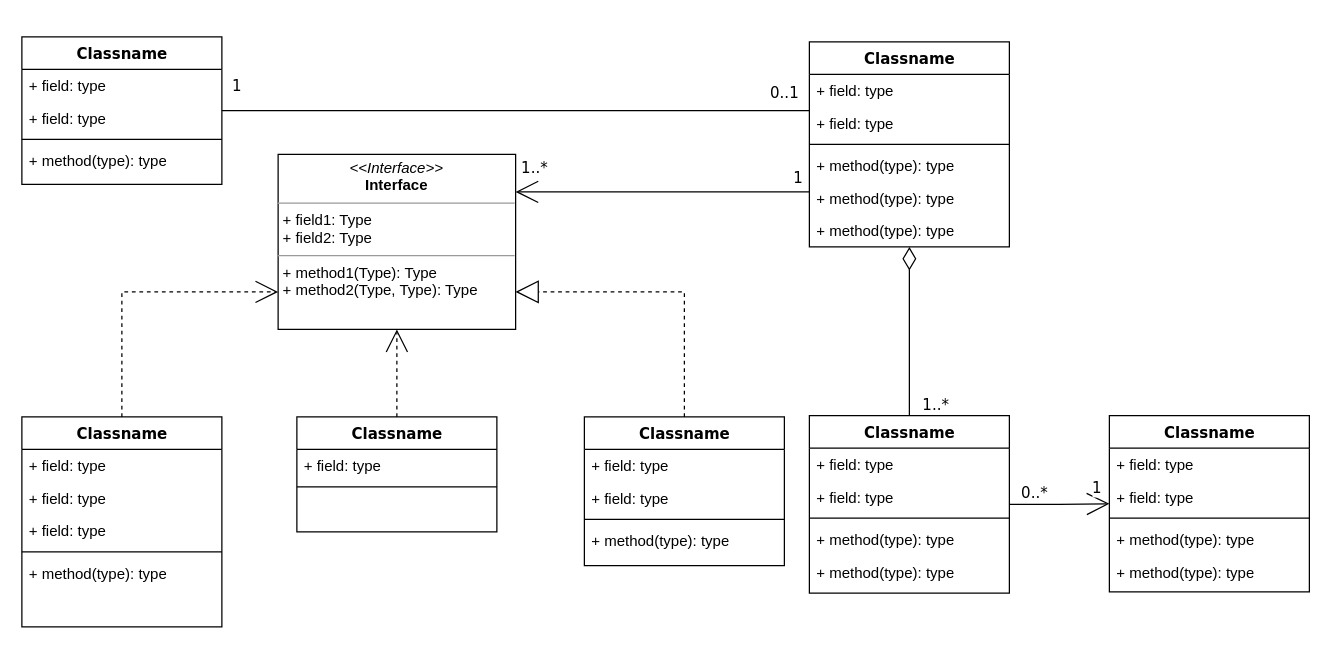
chouaibKr0/ProjetGL keeps this draw.io diagram as class.drawio. Above is the earlier version. Source tidied: cells renumbered, new cells numbered last; positions are measured from the earlier drawing's top-left corner, leaving out a move shared by most shapes. Both pictures are drawn from the tidied source at 125%, with x=0, y=0 at pixel (21, 36).
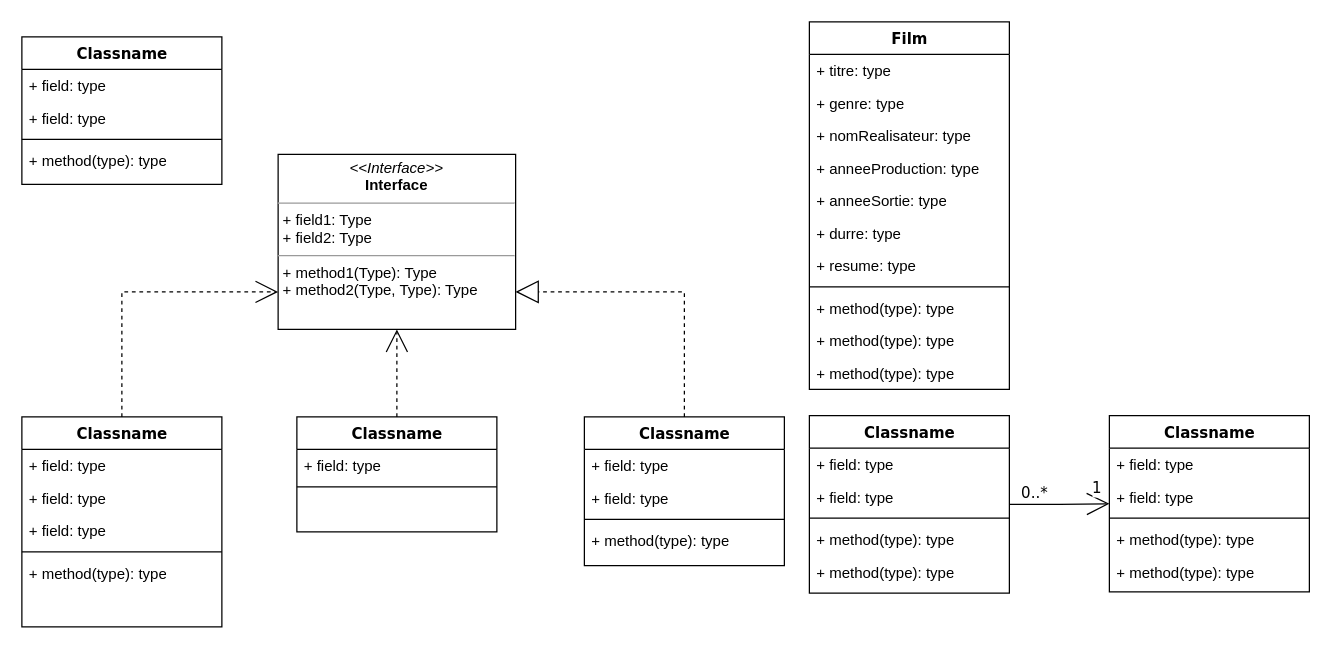
Above is the later version.

Commit message:
add film class

Unchanged cells that the change refers to:
```xml
<mxCell id="9" value="Classname" style="swimlane;html=1;fontStyle=1;align=center;verticalAlign=top;horizontal=1;startSize=26;swimlaneFillColor=#ffffff;rounded=0;shadow=0;comic=0;labelBackgroundColor=none;strokeWidth=1;fillColor=none;fontFamily=Verdana;fontSize=12;" parent="1" vertex="1">
  <mxGeometry width="160" height="118" as="geometry" />
</mxCell>
<mxCell id="36" value="Classname" style="swimlane;html=1;fontStyle=1;align=center;verticalAlign=top;horizontal=1;startSize=26;swimlaneFillColor=#ffffff;rounded=0;shadow=0;comic=0;labelBackgroundColor=none;strokeWidth=1;fillColor=none;fontFamily=Verdana;fontSize=12;" parent="1" vertex="1">
  <mxGeometry x="630" y="303" width="160" height="142" as="geometry" />
</mxCell>
<mxCell id="54" value="&lt;p style=&quot;margin:0px;margin-top:4px;text-align:center;&quot;&gt;&lt;i&gt;&amp;lt;&amp;lt;Interface&amp;gt;&amp;gt;&lt;/i&gt;&lt;br/&gt;&lt;b&gt;Interface&lt;/b&gt;&lt;/p&gt;&lt;hr size=&quot;1&quot;/&gt;&lt;p style=&quot;margin:0px;margin-left:4px;&quot;&gt;+ field1: Type&lt;br/&gt;+ field2: Type&lt;/p&gt;&lt;hr size=&quot;1&quot;/&gt;&lt;p style=&quot;margin:0px;margin-left:4px;&quot;&gt;+ method1(Type): Type&lt;br/&gt;+ method2(Type, Type): Type&lt;/p&gt;" style="verticalAlign=top;align=left;overflow=fill;fontSize=12;fontFamily=Helvetica;html=1;rounded=0;shadow=0;comic=0;labelBackgroundColor=none;strokeWidth=1;" parent="1" vertex="1">
  <mxGeometry x="205" y="94" width="190" height="140" as="geometry" />
</mxCell>
```

Change to the diagram source:
```diff
@@
-    <mxCell id="14" style="edgeStyle=orthogonalEdgeStyle;rounded=0;html=1;labelBackgroundColor=none;startArrow=none;startFill=0;startSize=8;endArrow=open;endFill=0;endSize=16;fontFamily=Verdana;fontSize=12;" parent="1" edge="1" source="20" target="54">
-      <mxGeometry relative="1" as="geometry">
-        <Array as="points">
-          <mxPoint x="470" y="124" />
-          <mxPoint x="470" y="124" />
-        </Array>
-      </mxGeometry>
-    </mxCell>
-    <mxCell id="15" value="1..*" style="text;html=1;align=center;verticalAlign=middle;labelBackgroundColor=#ffffff;fontSize=12;fontFamily=Verdana;" parent="14" vertex="1">
-      <mxGeometry x="0.86" y="2" relative="1" as="geometry">
-        <mxPoint x="-2" y="-22" as="offset" />
-      </mxGeometry>
-    </mxCell>
-    <mxCell id="16" value="1" style="text;html=1;align=center;verticalAlign=middle;labelBackgroundColor=#ffffff;fontSize=12;fontFamily=Verdana;" parent="14" vertex="1">
-      <mxGeometry x="0.36" y="152" relative="1" as="geometry">
-        <mxPoint x="150" y="-164" as="offset" />
-      </mxGeometry>
-    </mxCell>
-    <mxCell id="17" style="edgeStyle=orthogonalEdgeStyle;rounded=0;html=1;labelBackgroundColor=none;startArrow=none;startFill=0;startSize=8;endArrow=none;endFill=0;endSize=16;fontFamily=Verdana;fontSize=12;" parent="1" edge="1" source="20" target="9">
-      <mxGeometry relative="1" as="geometry">
-        <Array as="points">
-          <mxPoint x="530" y="59" />
-          <mxPoint x="530" y="59" />
-        </Array>
-      </mxGeometry>
-    </mxCell>
-    <mxCell id="18" value="0..1" style="text;html=1;align=center;verticalAlign=middle;labelBackgroundColor=#ffffff;fontSize=12;fontFamily=Verdana;" parent="17" vertex="1">
-      <mxGeometry x="-0.57" y="-86" relative="1" as="geometry">
-        <mxPoint x="80" y="71" as="offset" />
-      </mxGeometry>
-    </mxCell>
-    <mxCell id="19" value="1" style="text;html=1;align=center;verticalAlign=middle;labelBackgroundColor=#ffffff;fontSize=12;fontFamily=Verdana;" parent="17" vertex="1">
-      <mxGeometry x="0.89" y="-1" relative="1" as="geometry">
-        <mxPoint x="-15" y="-19" as="offset" />
-      </mxGeometry>
-    </mxCell>
-    <mxCell id="20" value="Classname" style="swimlane;html=1;fontStyle=1;align=center;verticalAlign=top;horizontal=1;startSize=26;swimlaneFillColor=#ffffff;rounded=0;shadow=0;comic=0;labelBackgroundColor=none;strokeWidth=1;fillColor=none;fontFamily=Verdana;fontSize=12;" parent="1" vertex="1">
-      <mxGeometry x="630" y="4" width="160" height="164" as="geometry" />
+    <mxCell id="20" value="Film" style="swimlane;html=1;fontStyle=1;align=center;verticalAlign=top;horizontal=1;startSize=26;swimlaneFillColor=#ffffff;rounded=0;shadow=0;comic=0;labelBackgroundColor=none;strokeWidth=1;fillColor=none;fontFamily=Verdana;fontSize=12;" parent="1" vertex="1">
+      <mxGeometry x="630" y="-12" width="160" height="294" as="geometry" />
     </mxCell>
-    <mxCell id="21" value="+ field: type" style="text;html=1;strokeColor=none;fillColor=none;align=left;verticalAlign=top;spacingLeft=4;spacingRight=4;whiteSpace=wrap;overflow=hidden;" parent="20" vertex="1">
+    <mxCell id="21" value="+ titre: type" style="text;html=1;strokeColor=none;fillColor=none;align=left;verticalAlign=top;spacingLeft=4;spacingRight=4;whiteSpace=wrap;overflow=hidden;" parent="20" vertex="1">
       <mxGeometry y="26" width="160" height="26" as="geometry" />
     </mxCell>
-    <mxCell id="22" value="+ field: type" style="text;html=1;strokeColor=none;fillColor=none;align=left;verticalAlign=top;spacingLeft=4;spacingRight=4;whiteSpace=wrap;overflow=hidden;" parent="20" vertex="1">
+    <mxCell id="22" value="+ genre: type" style="text;html=1;strokeColor=none;fillColor=none;align=left;verticalAlign=top;spacingLeft=4;spacingRight=4;whiteSpace=wrap;overflow=hidden;" parent="20" vertex="1">
       <mxGeometry y="52" width="160" height="26" as="geometry" />
     </mxCell>
+    <mxCell id="55" value="+ nomRealisateur: type" style="text;html=1;strokeColor=none;fillColor=none;align=left;verticalAlign=top;spacingLeft=4;spacingRight=4;whiteSpace=wrap;overflow=hidden;" parent="20" vertex="1">
+      <mxGeometry y="78" width="160" height="26" as="geometry" />
+    </mxCell>
+    <mxCell id="56" value="+ anneeProduction: type" style="text;html=1;strokeColor=none;fillColor=none;align=left;verticalAlign=top;spacingLeft=4;spacingRight=4;whiteSpace=wrap;overflow=hidden;" parent="20" vertex="1">
+      <mxGeometry y="104" width="160" height="26" as="geometry" />
+    </mxCell>
+    <mxCell id="57" value="+ anneeSortie: type" style="text;html=1;strokeColor=none;fillColor=none;align=left;verticalAlign=top;spacingLeft=4;spacingRight=4;whiteSpace=wrap;overflow=hidden;" parent="20" vertex="1">
+      <mxGeometry y="130" width="160" height="26" as="geometry" />
+    </mxCell>
+    <mxCell id="58" value="+ durre: type" style="text;html=1;strokeColor=none;fillColor=none;align=left;verticalAlign=top;spacingLeft=4;spacingRight=4;whiteSpace=wrap;overflow=hidden;" parent="20" vertex="1">
+      <mxGeometry y="156" width="160" height="26" as="geometry" />
+    </mxCell>
+    <mxCell id="59" value="+ resume: type" style="text;html=1;strokeColor=none;fillColor=none;align=left;verticalAlign=top;spacingLeft=4;spacingRight=4;whiteSpace=wrap;overflow=hidden;" parent="20" vertex="1">
+      <mxGeometry y="182" width="160" height="26" as="geometry" />
+    </mxCell>
     <mxCell id="23" style="line;html=1;strokeWidth=1;fillColor=none;align=left;verticalAlign=middle;spacingTop=-1;spacingLeft=3;spacingRight=3;labelPosition=right;" parent="20" vertex="1">
-      <mxGeometry y="78" width="160" height="8" as="geometry" />
+      <mxGeometry y="208" width="160" height="8" as="geometry" />
     </mxCell>
     <mxCell id="24" value="+ method(type): type" style="text;html=1;strokeColor=none;fillColor=none;align=left;verticalAlign=top;spacingLeft=4;spacingRight=4;whiteSpace=wrap;overflow=hidden;" parent="20" vertex="1">
-      <mxGeometry y="86" width="160" height="26" as="geometry" />
+      <mxGeometry y="216" width="160" height="26" as="geometry" />
     </mxCell>
     <mxCell id="25" value="+ method(type): type" style="text;html=1;strokeColor=none;fillColor=none;align=left;verticalAlign=top;spacingLeft=4;spacingRight=4;whiteSpace=wrap;overflow=hidden;" parent="20" vertex="1">
-      <mxGeometry y="112" width="160" height="26" as="geometry" />
+      <mxGeometry y="242" width="160" height="26" as="geometry" />
     </mxCell>
     <mxCell id="26" value="+ method(type): type" style="text;html=1;strokeColor=none;fillColor=none;align=left;verticalAlign=top;spacingLeft=4;spacingRight=4;whiteSpace=wrap;overflow=hidden;" parent="20" vertex="1">
-      <mxGeometry y="138" width="160" height="26" as="geometry" />
+      <mxGeometry y="268" width="160" height="26" as="geometry" />
     </mxCell>
@@
-    <mxCell id="31" style="edgeStyle=orthogonalEdgeStyle;rounded=0;html=1;labelBackgroundColor=none;startArrow=none;startFill=0;startSize=8;endArrow=diamondThin;endFill=0;endSize=16;fontFamily=Verdana;fontSize=12;" parent="1" edge="1" source="36" target="20">
-      <mxGeometry relative="1" as="geometry" />
-    </mxCell>
-    <mxCell id="32" value="1..*" style="text;html=1;align=center;verticalAlign=middle;labelBackgroundColor=#ffffff;fontSize=12;fontFamily=Verdana;" parent="31" vertex="1">
-      <mxGeometry x="-0.85" y="-1" relative="1" as="geometry">
-        <mxPoint x="19" y="1" as="offset" />
-      </mxGeometry>
-    </mxCell>
```
